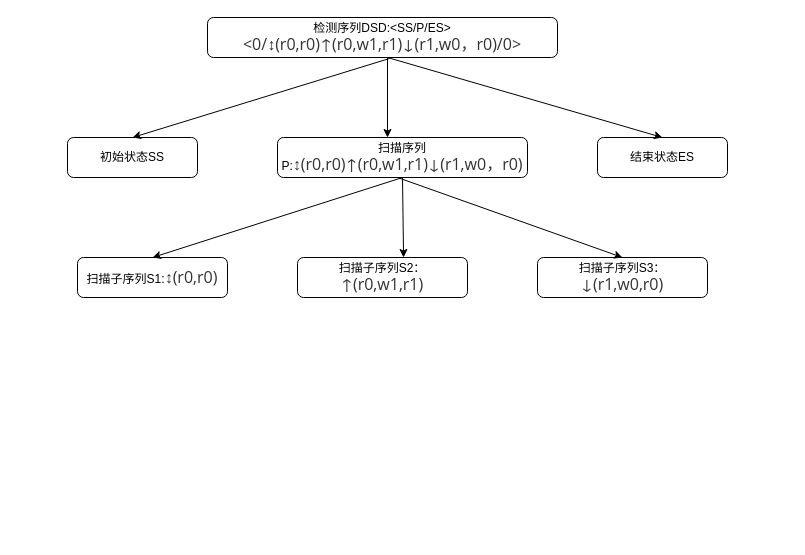
Earlier version of the draw.io diagram doc/march C 检测序列.drawio (shanshan-lu/homwork). Source tidied: cells renumbered, new cells numbered last; positions are measured from the earlier drawing's top-left corner, leaving out a move shared by most shapes. Both pictures are drawn from the tidied source at 100%, with x=0, y=0 at pixel (67, 17).
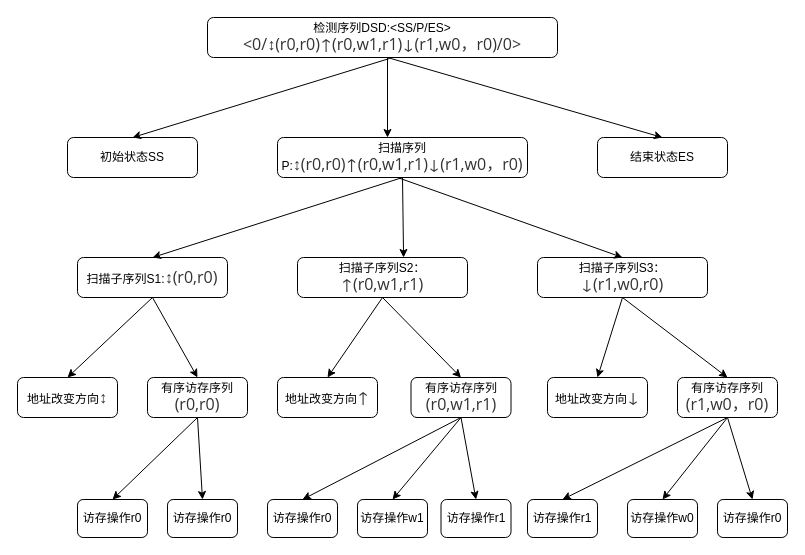
The same page after the edit.

Commit message (it also covers changes not shown here):
更新march C 检测序列.drawio

Unchanged cells that the change refers to:
```xml
<mxCell id="9" value="扫描子序列S2：&lt;span style=&quot;color: rgb(51, 51, 51); font-family: &amp;quot;Open Sans&amp;quot;, &amp;quot;Clear Sans&amp;quot;, &amp;quot;Helvetica Neue&amp;quot;, Helvetica, Arial, sans-serif; font-size: 16px; orphans: 4; text-align: left; background-color: rgb(255, 255, 255);&quot;&gt;↑(r0,w1,r1)&lt;/span&gt;" style="rounded=1;whiteSpace=wrap;html=1;" parent="1" vertex="1">
  <mxGeometry x="230" y="240" width="170" height="40" as="geometry" />
</mxCell>
<mxCell id="10" value="扫描子序列S1:&lt;span style=&quot;color: rgb(51, 51, 51); font-family: &amp;quot;Open Sans&amp;quot;, &amp;quot;Clear Sans&amp;quot;, &amp;quot;Helvetica Neue&amp;quot;, Helvetica, Arial, sans-serif; font-size: 16px; orphans: 4; text-align: left; background-color: rgb(255, 255, 255);&quot;&gt;↕(r0,r0)&lt;/span&gt;" style="rounded=1;whiteSpace=wrap;html=1;" parent="1" vertex="1">
  <mxGeometry x="10" y="240" width="150" height="40" as="geometry" />
</mxCell>
<mxCell id="11" value="扫描子序列S3：&lt;span style=&quot;color: rgb(51, 51, 51); font-family: &amp;quot;Open Sans&amp;quot;, &amp;quot;Clear Sans&amp;quot;, &amp;quot;Helvetica Neue&amp;quot;, Helvetica, Arial, sans-serif; font-size: 16px; orphans: 4; text-align: left; background-color: rgb(255, 255, 255);&quot;&gt;↓(r1,w0,r0)&lt;/span&gt;" style="rounded=1;whiteSpace=wrap;html=1;" parent="1" vertex="1">
  <mxGeometry x="470" y="240" width="170" height="40" as="geometry" />
</mxCell>
```

What changed in the source:
```diff
@@
+    <mxCell id="15" value="地址改变方向&lt;span style=&quot;color: rgb(51, 51, 51); font-family: &amp;quot;Open Sans&amp;quot;, &amp;quot;Clear Sans&amp;quot;, &amp;quot;Helvetica Neue&amp;quot;, Helvetica, Arial, sans-serif; font-size: 16px; orphans: 4; text-align: left; background-color: rgb(255, 255, 255);&quot;&gt;↕&lt;/span&gt;" style="rounded=1;whiteSpace=wrap;html=1;" parent="1" vertex="1">
+      <mxGeometry x="-50" y="360" width="100" height="40" as="geometry" />
+    </mxCell>
+    <mxCell id="16" value="有序访存序列&lt;span style=&quot;color: rgb(51, 51, 51); font-family: &amp;quot;Open Sans&amp;quot;, &amp;quot;Clear Sans&amp;quot;, &amp;quot;Helvetica Neue&amp;quot;, Helvetica, Arial, sans-serif; font-size: 16px; orphans: 4; text-align: left; background-color: rgb(255, 255, 255);&quot;&gt;(r0,r0)&lt;/span&gt;" style="rounded=1;whiteSpace=wrap;html=1;" parent="1" vertex="1">
+      <mxGeometry x="80" y="360" width="100" height="40" as="geometry" />
+    </mxCell>
+    <mxCell id="17" value="有序访存序列&lt;span style=&quot;color: rgb(51, 51, 51); font-family: &amp;quot;Open Sans&amp;quot;, &amp;quot;Clear Sans&amp;quot;, &amp;quot;Helvetica Neue&amp;quot;, Helvetica, Arial, sans-serif; font-size: 16px; orphans: 4; text-align: left; background-color: rgb(255, 255, 255);&quot;&gt;(r1,w0，r0)&lt;/span&gt;" style="rounded=1;whiteSpace=wrap;html=1;" parent="1" vertex="1">
+      <mxGeometry x="610" y="360" width="100" height="40" as="geometry" />
+    </mxCell>
+    <mxCell id="18" value="地址改变方向&lt;span style=&quot;color: rgb(51, 51, 51); font-family: &amp;quot;Open Sans&amp;quot;, &amp;quot;Clear Sans&amp;quot;, &amp;quot;Helvetica Neue&amp;quot;, Helvetica, Arial, sans-serif; font-size: 16px; orphans: 4; text-align: left; background-color: rgb(255, 255, 255);&quot;&gt;↓&lt;/span&gt;" style="rounded=1;whiteSpace=wrap;html=1;" parent="1" vertex="1">
+      <mxGeometry x="480" y="360" width="100" height="40" as="geometry" />
+    </mxCell>
+    <mxCell id="19" value="有序访存序列&lt;span style=&quot;color: rgb(51, 51, 51); font-family: &amp;quot;Open Sans&amp;quot;, &amp;quot;Clear Sans&amp;quot;, &amp;quot;Helvetica Neue&amp;quot;, Helvetica, Arial, sans-serif; font-size: 16px; orphans: 4; text-align: left; background-color: rgb(255, 255, 255);&quot;&gt;(r0,w1,r1)&lt;/span&gt;" style="rounded=1;whiteSpace=wrap;html=1;" parent="1" vertex="1">
+      <mxGeometry x="343.5" y="360" width="100" height="40" as="geometry" />
+    </mxCell>
+    <mxCell id="20" value="地址改变方向&lt;span style=&quot;color: rgb(51, 51, 51); font-family: &amp;quot;Open Sans&amp;quot;, &amp;quot;Clear Sans&amp;quot;, &amp;quot;Helvetica Neue&amp;quot;, Helvetica, Arial, sans-serif; font-size: 16px; orphans: 4; text-align: left; background-color: rgb(255, 255, 255);&quot;&gt;↑&lt;/span&gt;" style="rounded=1;whiteSpace=wrap;html=1;" parent="1" vertex="1">
+      <mxGeometry x="210" y="360" width="100" height="40" as="geometry" />
+    </mxCell>
+    <mxCell id="21" style="endArrow=classic;html=1;rounded=0;exitX=0.5;exitY=1;exitDx=0;exitDy=0;entryX=0.5;entryY=0;entryDx=0;entryDy=0;" parent="1" edge="1" source="10" target="15">
+      <mxGeometry relative="1" as="geometry" />
+    </mxCell>
+    <mxCell id="22" style="endArrow=classic;html=1;rounded=0;entryX=0.5;entryY=0;entryDx=0;entryDy=0;" parent="1" edge="1" target="16">
+      <mxGeometry relative="1" as="geometry">
+        <mxPoint x="85" y="280" as="sourcePoint" />
+      </mxGeometry>
+    </mxCell>
+    <mxCell id="23" style="endArrow=classic;html=1;rounded=0;exitX=0.5;exitY=1;exitDx=0;exitDy=0;entryX=0.5;entryY=0;entryDx=0;entryDy=0;" parent="1" edge="1" source="9" target="20">
+      <mxGeometry relative="1" as="geometry" />
+    </mxCell>
+    <mxCell id="24" style="endArrow=classic;html=1;rounded=0;exitX=0.5;exitY=1;exitDx=0;exitDy=0;entryX=0.5;entryY=0;entryDx=0;entryDy=0;" parent="1" edge="1" source="9" target="19">
+      <mxGeometry relative="1" as="geometry" />
+    </mxCell>
+    <mxCell id="25" style="endArrow=classic;html=1;rounded=0;exitX=0.5;exitY=1;exitDx=0;exitDy=0;entryX=0.5;entryY=0;entryDx=0;entryDy=0;" parent="1" edge="1" source="11" target="18">
+      <mxGeometry relative="1" as="geometry" />
+    </mxCell>
+    <mxCell id="26" style="endArrow=classic;html=1;rounded=0;exitX=0.5;exitY=1;exitDx=0;exitDy=0;entryX=0.5;entryY=0;entryDx=0;entryDy=0;" parent="1" edge="1" source="11" target="17">
+      <mxGeometry relative="1" as="geometry" />
+    </mxCell>
+    <mxCell id="27" value="访存操作r0" style="rounded=1;whiteSpace=wrap;html=1;" parent="1" vertex="1">
+      <mxGeometry x="10" y="482" width="70" height="38" as="geometry" />
+    </mxCell>
+    <mxCell id="28" value="访存操作r0" style="rounded=1;whiteSpace=wrap;html=1;" parent="1" vertex="1">
+      <mxGeometry x="100" y="482" width="70" height="38" as="geometry" />
+    </mxCell>
+    <mxCell id="29" value="访存操作r1" style="rounded=1;whiteSpace=wrap;html=1;" parent="1" vertex="1">
+      <mxGeometry x="373.5" y="482" width="70" height="38" as="geometry" />
+    </mxCell>
+    <mxCell id="30" value="访存操作w1" style="rounded=1;whiteSpace=wrap;html=1;" parent="1" vertex="1">
+      <mxGeometry x="290" y="482" width="70" height="38" as="geometry" />
+    </mxCell>
+    <mxCell id="31" value="访存操作r0" style="rounded=1;whiteSpace=wrap;html=1;" parent="1" vertex="1">
+      <mxGeometry x="200" y="482" width="70" height="38" as="geometry" />
+    </mxCell>
+    <mxCell id="32" value="访存操作r1" style="rounded=1;whiteSpace=wrap;html=1;" parent="1" vertex="1">
+      <mxGeometry x="460" y="482" width="70" height="38" as="geometry" />
+    </mxCell>
+    <mxCell id="33" value="访存操作w0" style="rounded=1;whiteSpace=wrap;html=1;" parent="1" vertex="1">
+      <mxGeometry x="560" y="482" width="70" height="38" as="geometry" />
+    </mxCell>
+    <mxCell id="34" value="访存操作r0" style="rounded=1;whiteSpace=wrap;html=1;" parent="1" vertex="1">
+      <mxGeometry x="650" y="482" width="70" height="38" as="geometry" />
+    </mxCell>
+    <mxCell id="35" style="endArrow=classic;html=1;rounded=0;exitX=0.5;exitY=1;exitDx=0;exitDy=0;entryX=0.5;entryY=0;entryDx=0;entryDy=0;" parent="1" edge="1" source="16" target="27">
+      <mxGeometry relative="1" as="geometry" />
+    </mxCell>
+    <mxCell id="36" style="endArrow=classic;html=1;rounded=0;exitX=0.5;exitY=1;exitDx=0;exitDy=0;entryX=0.5;entryY=0;entryDx=0;entryDy=0;" parent="1" edge="1" source="16" target="28">
+      <mxGeometry relative="1" as="geometry" />
+    </mxCell>
+    <mxCell id="37" style="endArrow=classic;html=1;rounded=0;exitX=0.5;exitY=1;exitDx=0;exitDy=0;entryX=0.5;entryY=0;entryDx=0;entryDy=0;" parent="1" edge="1" source="19" target="31">
+      <mxGeometry relative="1" as="geometry" />
+    </mxCell>
+    <mxCell id="38" style="endArrow=classic;html=1;rounded=0;exitX=0.5;exitY=1;exitDx=0;exitDy=0;entryX=0.5;entryY=0;entryDx=0;entryDy=0;" parent="1" edge="1" source="19" target="30">
+      <mxGeometry relative="1" as="geometry" />
+    </mxCell>
+    <mxCell id="39" style="endArrow=classic;html=1;rounded=0;exitX=0.5;exitY=1;exitDx=0;exitDy=0;entryX=0.5;entryY=0;entryDx=0;entryDy=0;" parent="1" edge="1" source="19" target="29">
+      <mxGeometry relative="1" as="geometry" />
+    </mxCell>
+    <mxCell id="40" style="endArrow=classic;html=1;rounded=0;exitX=0.5;exitY=1;exitDx=0;exitDy=0;entryX=0.5;entryY=0;entryDx=0;entryDy=0;" parent="1" edge="1" source="17" target="32">
+      <mxGeometry relative="1" as="geometry" />
+    </mxCell>
+    <mxCell id="41" style="endArrow=classic;html=1;rounded=0;exitX=0.5;exitY=1;exitDx=0;exitDy=0;entryX=0.5;entryY=0;entryDx=0;entryDy=0;" parent="1" edge="1" source="17" target="33">
+      <mxGeometry relative="1" as="geometry" />
+    </mxCell>
+    <mxCell id="42" style="endArrow=classic;html=1;rounded=0;exitX=0.5;exitY=1;exitDx=0;exitDy=0;entryX=0.5;entryY=0;entryDx=0;entryDy=0;" parent="1" edge="1" source="17" target="34">
+      <mxGeometry relative="1" as="geometry" />
+    </mxCell>
```
